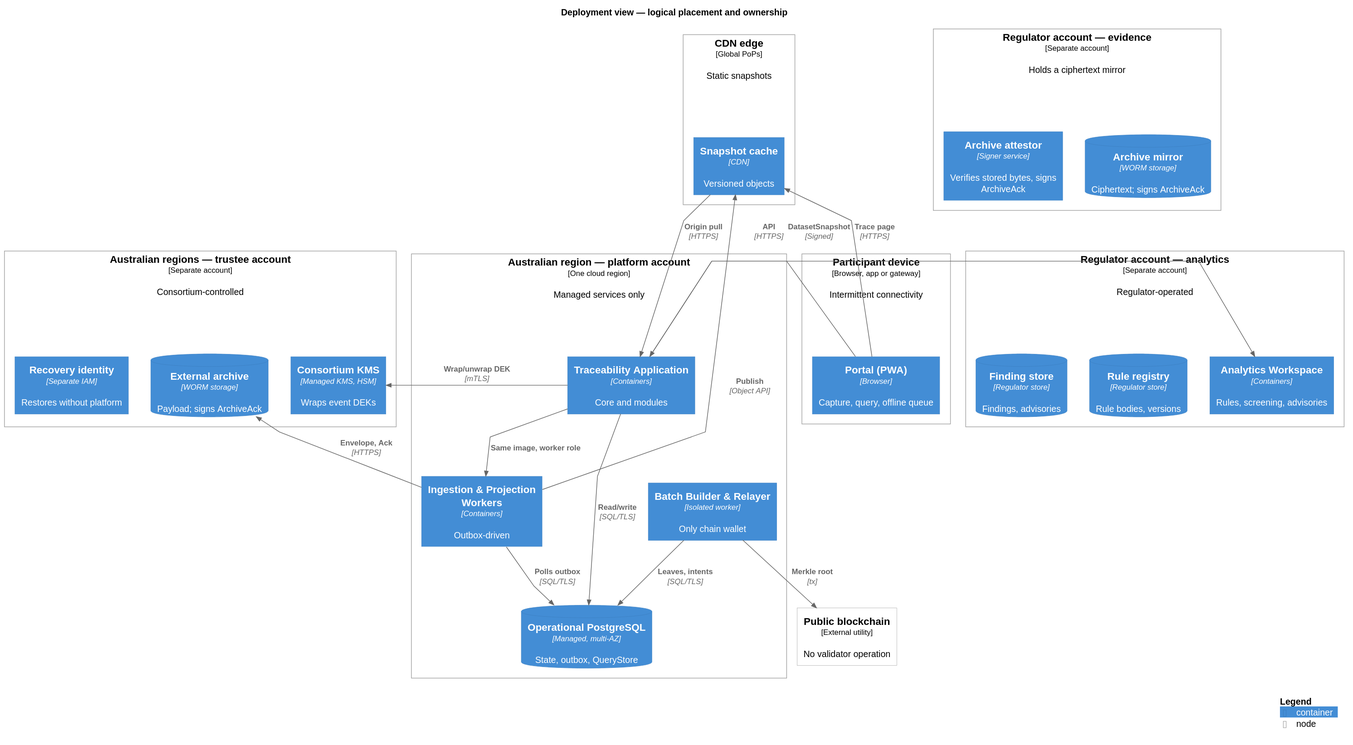
Before: docs/public/diagrams/c4-deployment.svg, a diagram exported from PlantUML (kuangshen04/48433assignment).
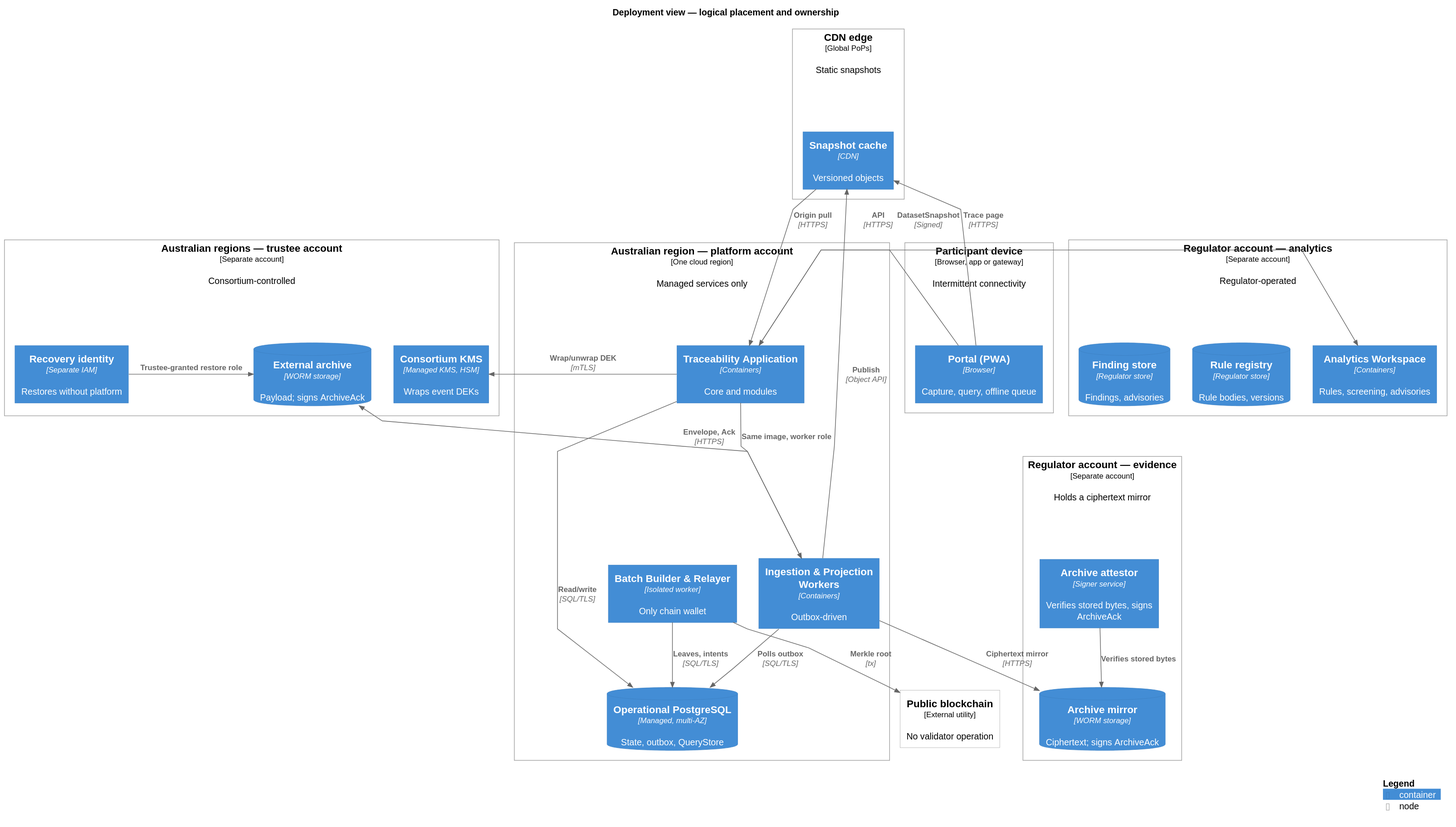
Later version of the same file.

The edit, as a diff of the source:
```diff
@@ -50,6 +50,9 @@
 Rel_Right(app, workspace, "DatasetSnapshot", "Signed")
 Rel_Up(pwa, cdn, "Trace page", "HTTPS")
 Rel(cdn, app, "Origin pull", "HTTPS")
+Rel_Down(workers, regmirror, "Ciphertext mirror", "HTTPS")
+Rel_Down(attestor, regmirror, "Verifies stored bytes")
+Rel_Right(recovery, archive, "Trustee-granted restore role")
 
 SHOW_LEGEND()
 @enduml
```
